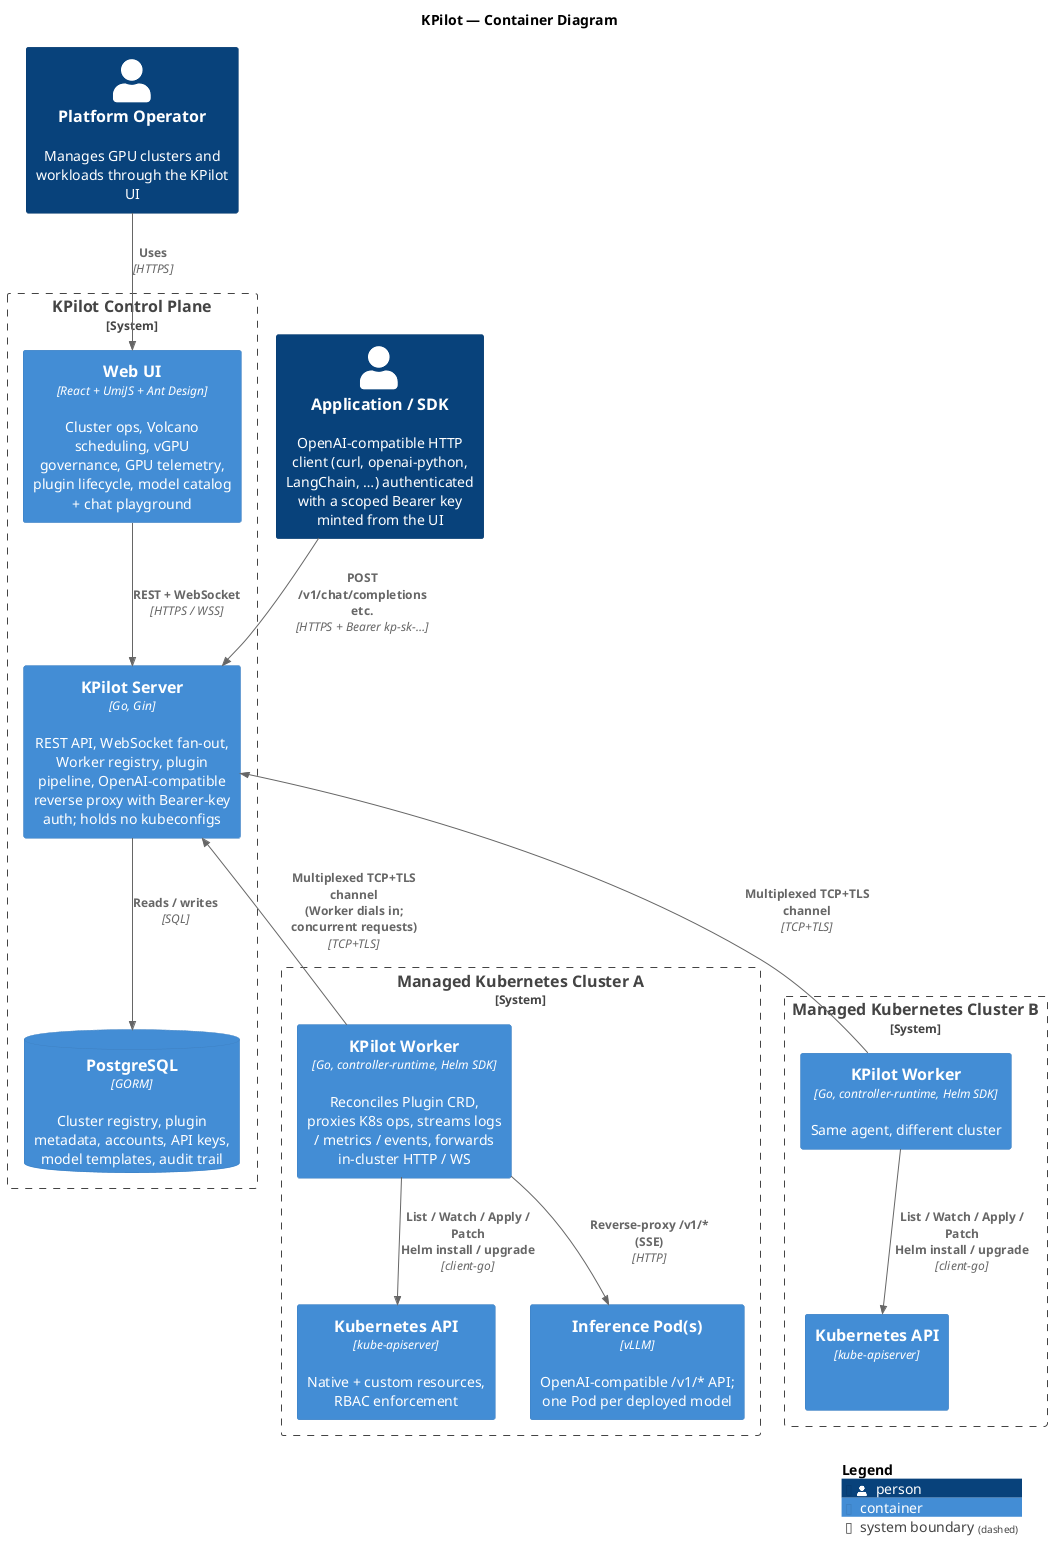
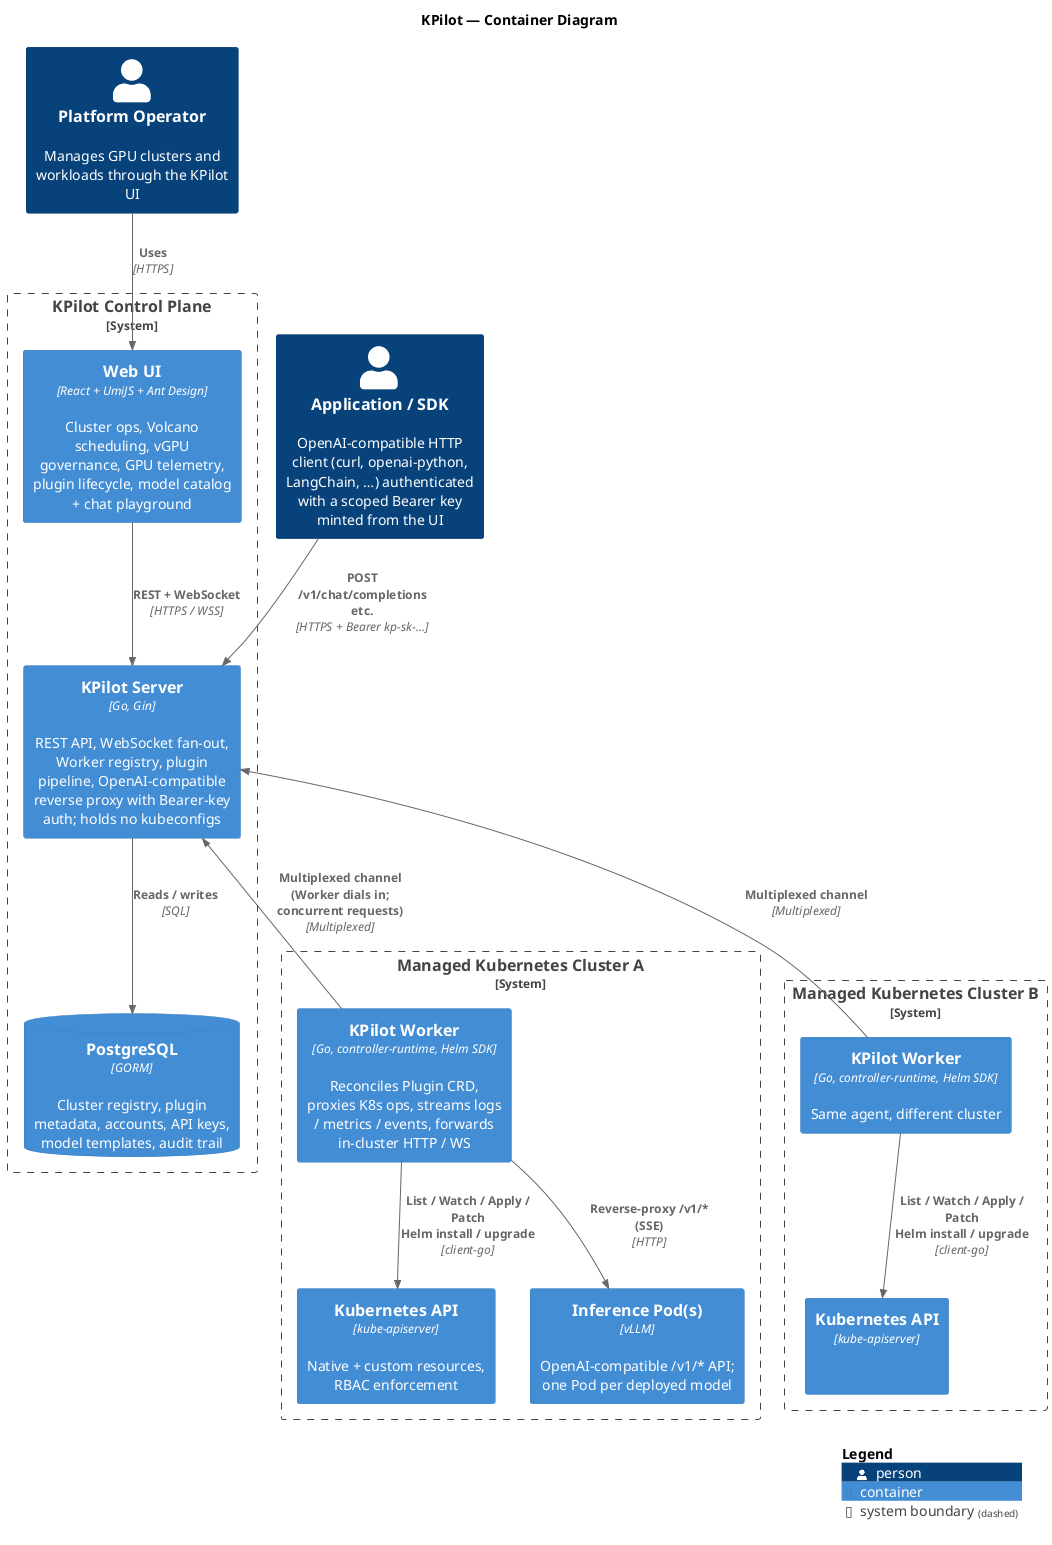
@startuml
!include <C4/C4_Container>

LAYOUT_WITH_LEGEND()
title KPilot — Container Diagram

Person(operator, "Platform Operator", "Manages GPU clusters and workloads through the KPilot UI")
Person(app, "Application / SDK", "OpenAI-compatible HTTP client (curl, openai-python, LangChain, …) authenticated with a scoped Bearer key minted from the UI")

System_Boundary(kpilot, "KPilot Control Plane") {
    Container(ui, "Web UI", "React + UmiJS + Ant Design", "Cluster ops, Volcano scheduling, vGPU governance, GPU telemetry, plugin lifecycle, model catalog + chat playground")
    Container(server, "KPilot Server", "Go, Gin", "REST API, WebSocket fan-out, Worker registry, plugin pipeline, OpenAI-compatible reverse proxy with Bearer-key auth; holds no kubeconfigs")
    ContainerDb(db, "PostgreSQL", "GORM", "Cluster registry, plugin metadata, accounts, API keys, model templates, audit trail")
}

System_Boundary(cluster_a, "Managed Kubernetes Cluster A") {
    Container(worker_a, "KPilot Worker", "Go, controller-runtime, Helm SDK", "Reconciles Plugin CRD, proxies K8s ops, streams logs / metrics / events, forwards in-cluster HTTP / WS")
    Container(k8s_a, "Kubernetes API", "kube-apiserver", "Native + custom resources, RBAC enforcement")
    Container(vllm_a, "Inference Pod(s)", "vLLM", "OpenAI-compatible /v1/* API; one Pod per deployed model")
}

System_Boundary(cluster_b, "Managed Kubernetes Cluster B") {
    Container(worker_b, "KPilot Worker", "Go, controller-runtime, Helm SDK", "Same agent, different cluster")
    Container(k8s_b, "Kubernetes API", "kube-apiserver", " ")
}

Rel(operator, ui, "Uses", "HTTPS")
Rel(app, server, "POST /v1/chat/completions etc.", "HTTPS + Bearer kp-sk-…")
Rel(ui, server, "REST + WebSocket", "HTTPS / WSS")
Rel(server, db, "Reads / writes", "SQL")

- Rel_U(worker_a, server, "Multiplexed TCP+TLS channel\n(Worker dials in; concurrent requests)", "TCP+TLS")
- Rel_U(worker_b, server, "Multiplexed TCP+TLS channel", "TCP+TLS")
+ Rel_U(worker_a, server, "Multiplexed channel\n(Worker dials in; concurrent requests)", "Multiplexed")
+ Rel_U(worker_b, server, "Multiplexed channel", "Multiplexed")

Rel(worker_a, k8s_a, "List / Watch / Apply / Patch\nHelm install / upgrade", "client-go")
Rel(worker_b, k8s_b, "List / Watch / Apply / Patch\nHelm install / upgrade", "client-go")
Rel(worker_a, vllm_a, "Reverse-proxy /v1/* (SSE)", "HTTP")

SHOW_LEGEND()
@enduml
